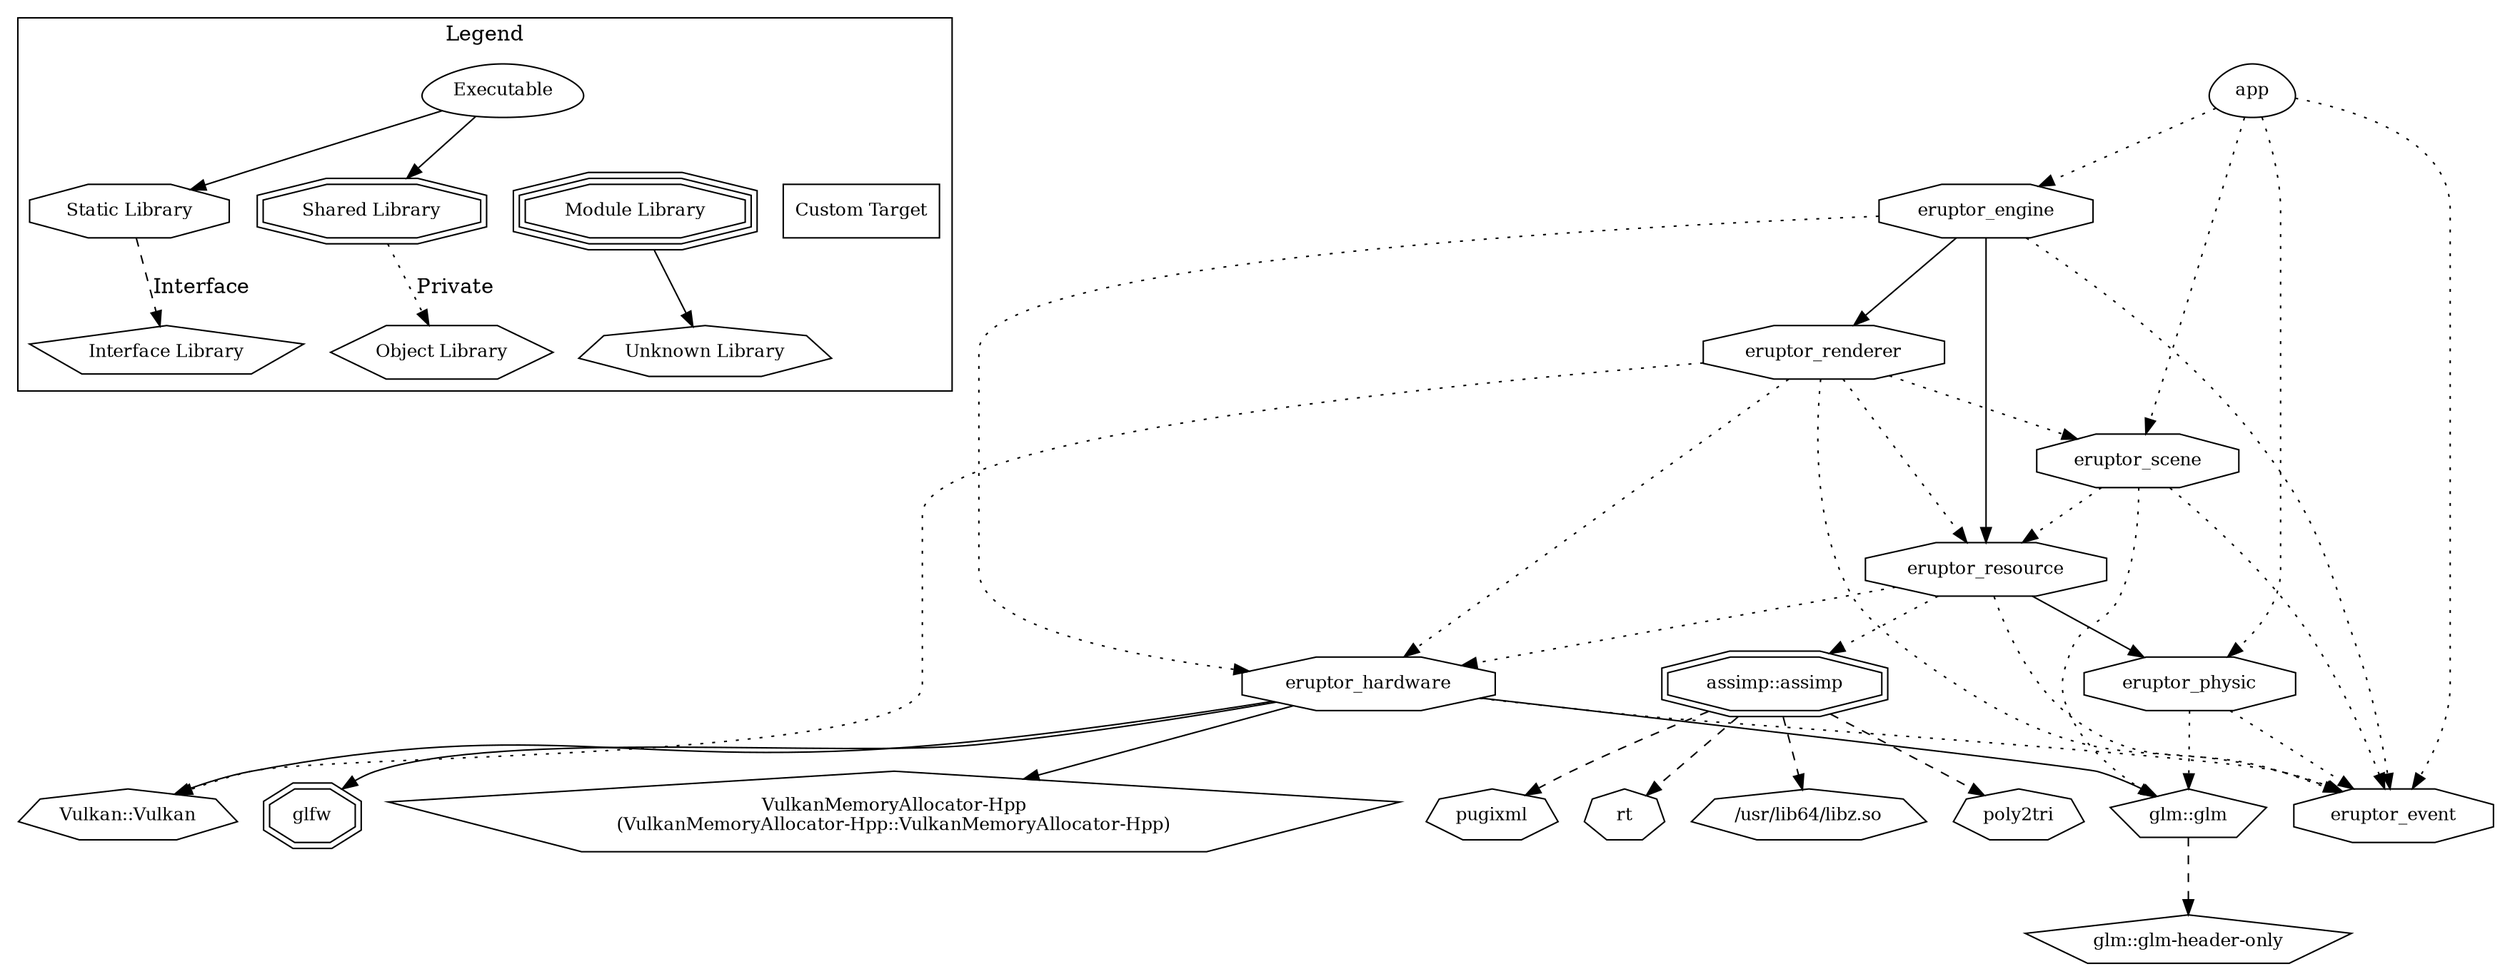
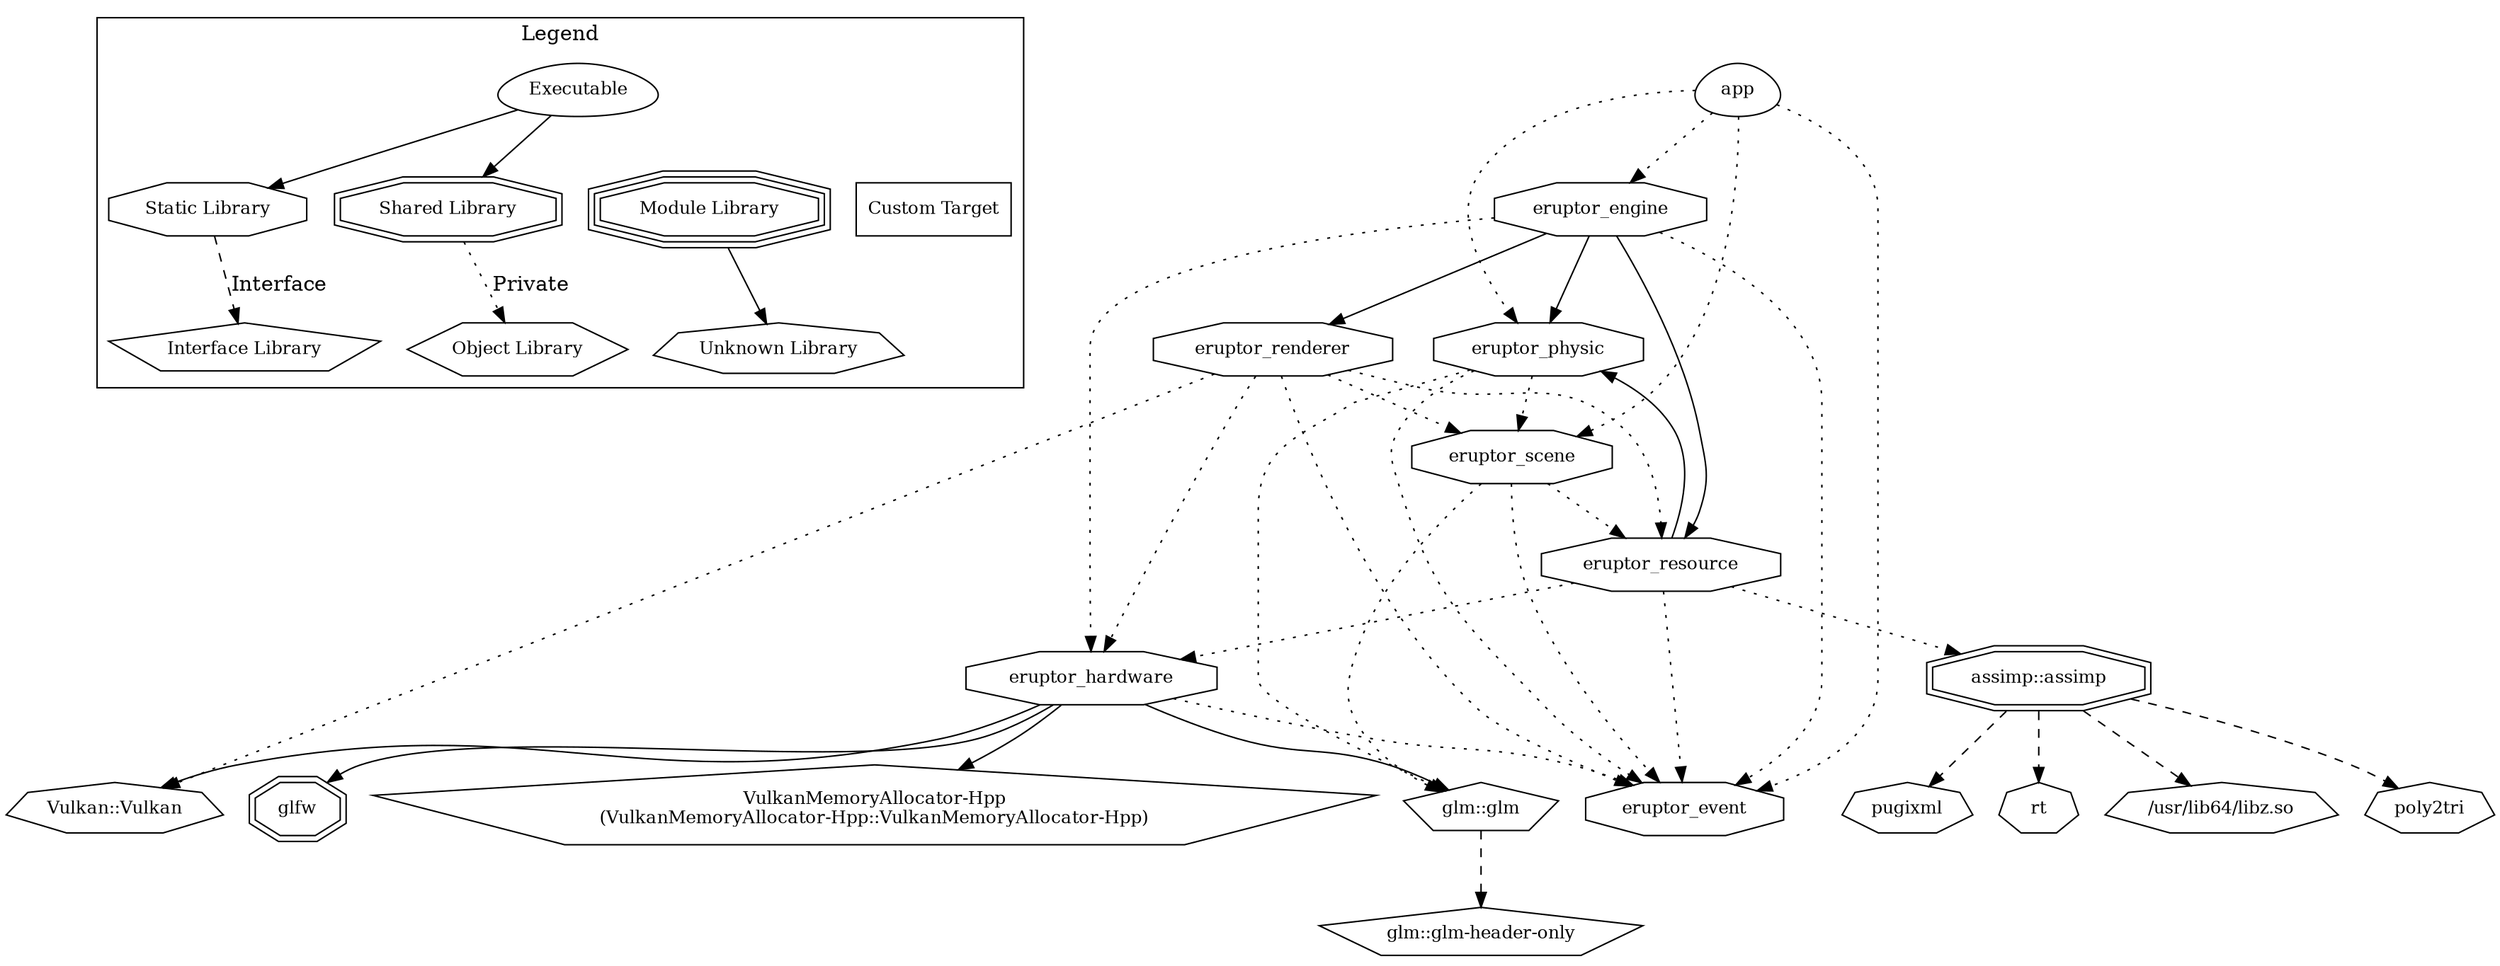
digraph "ovum" {
node [
  fontsize = "12"
];
subgraph clusterLegend {
  label = "Legend";
  color = black;
  edge [ style = invis ];
  legendNode0 [ label = "Executable", shape = egg ];
  legendNode1 [ label = "Static Library", shape = octagon ];
  legendNode2 [ label = "Shared Library", shape = doubleoctagon ];
  legendNode3 [ label = "Module Library", shape = tripleoctagon ];
  legendNode4 [ label = "Interface Library", shape = pentagon ];
  legendNode5 [ label = "Object Library", shape = hexagon ];
  legendNode6 [ label = "Unknown Library", shape = septagon ];
  legendNode7 [ label = "Custom Target", shape = box ];
  legendNode0 -> legendNode1 [ style = solid ];
  legendNode0 -> legendNode2 [ style = solid ];
  legendNode0 -> legendNode3;
  legendNode1 -> legendNode4 [ label = "Interface", style = dashed ];
  legendNode2 -> legendNode5 [ label = "Private", style = dotted ];
  legendNode3 -> legendNode6 [ style = solid ];
  legendNode0 -> legendNode7;
}
    "node0" [ label = "VulkanMemoryAllocator-Hpp\n(VulkanMemoryAllocator-Hpp::VulkanMemoryAllocator-Hpp)", shape = pentagon ];
    "node1" [ label = "app", shape = egg ];
    "node2" [ label = "eruptor_engine", shape = octagon ];
    "node3" [ label = "eruptor_event", shape = octagon ];
    "node2" -> "node3" [ style = dotted ] // eruptor_engine -> eruptor_event
    "node4" [ label = "eruptor_hardware", shape = octagon ];
    "node5" [ label = "Vulkan::Vulkan", shape = septagon ];
    "node4" -> "node5"  // eruptor_hardware -> Vulkan::Vulkan
    "node4" -> "node0"  // eruptor_hardware -> VulkanMemoryAllocator-Hpp
    "node4" -> "node3" [ style = dotted ] // eruptor_hardware -> eruptor_event
    "node6" [ label = "glfw", shape = doubleoctagon ];
    "node4" -> "node6"  // eruptor_hardware -> glfw
    "node7" [ label = "glm::glm", shape = pentagon ];
    "node8" [ label = "glm::glm-header-only", shape = pentagon ];
    "node7" -> "node8" [ style = dashed ] // glm::glm -> glm::glm-header-only
    "node4" -> "node7"  // eruptor_hardware -> glm::glm
    "node2" -> "node4" [ style = dotted ] // eruptor_engine -> eruptor_hardware
-     "node9" [ label = "eruptor_renderer", shape = octagon ];
-     "node9" -> "node5" [ style = dotted ] // eruptor_renderer -> Vulkan::Vulkan
-     "node9" -> "node3" [ style = dotted ] // eruptor_renderer -> eruptor_event
-     "node9" -> "node4" [ style = dotted ] // eruptor_renderer -> eruptor_hardware
-     "node10" [ label = "eruptor_resource", shape = octagon ];
-     "node11" [ label = "assimp::assimp", shape = doubleoctagon ];
-     "node12" [ label = "/usr/lib64/libz.so", shape = septagon ];
-     "node11" -> "node12" [ style = dashed ] // assimp::assimp -> /usr/lib64/libz.so
-     "node13" [ label = "poly2tri", shape = septagon ];
-     "node11" -> "node13" [ style = dashed ] // assimp::assimp -> poly2tri
-     "node14" [ label = "pugixml", shape = septagon ];
-     "node11" -> "node14" [ style = dashed ] // assimp::assimp -> pugixml
-     "node15" [ label = "rt", shape = septagon ];
-     "node11" -> "node15" [ style = dashed ] // assimp::assimp -> rt
-     "node10" -> "node11" [ style = dotted ] // eruptor_resource -> assimp::assimp
-     "node10" -> "node3" [ style = dotted ] // eruptor_resource -> eruptor_event
-     "node10" -> "node4" [ style = dotted ] // eruptor_resource -> eruptor_hardware
-     "node16" [ label = "eruptor_physic", shape = octagon ];
-     "node16" -> "node3" [ style = dotted ] // eruptor_physic -> eruptor_event
-     "node16" -> "node7" [ style = dotted ] // eruptor_physic -> glm::glm
-     "node10" -> "node16"  // eruptor_resource -> eruptor_physic
-     "node9" -> "node10" [ style = dotted ] // eruptor_renderer -> eruptor_resource
-     "node17" [ label = "eruptor_scene", shape = octagon ];
-     "node17" -> "node3" [ style = dotted ] // eruptor_scene -> eruptor_event
-     "node17" -> "node10" [ style = dotted ] // eruptor_scene -> eruptor_resource
-     "node17" -> "node7" [ style = dotted ] // eruptor_scene -> glm::glm
-     "node9" -> "node17" [ style = dotted ] // eruptor_renderer -> eruptor_scene
-     "node2" -> "node9"  // eruptor_engine -> eruptor_renderer
-     "node2" -> "node10"  // eruptor_engine -> eruptor_resource
+     "node9" [ label = "eruptor_physic", shape = octagon ];
+     "node9" -> "node3" [ style = dotted ] // eruptor_physic -> eruptor_event
+     "node10" [ label = "eruptor_scene", shape = octagon ];
+     "node10" -> "node3" [ style = dotted ] // eruptor_scene -> eruptor_event
+     "node11" [ label = "eruptor_resource", shape = octagon ];
+     "node12" [ label = "assimp::assimp", shape = doubleoctagon ];
+     "node13" [ label = "/usr/lib64/libz.so", shape = septagon ];
+     "node12" -> "node13" [ style = dashed ] // assimp::assimp -> /usr/lib64/libz.so
+     "node14" [ label = "poly2tri", shape = septagon ];
+     "node12" -> "node14" [ style = dashed ] // assimp::assimp -> poly2tri
+     "node15" [ label = "pugixml", shape = septagon ];
+     "node12" -> "node15" [ style = dashed ] // assimp::assimp -> pugixml
+     "node16" [ label = "rt", shape = septagon ];
+     "node12" -> "node16" [ style = dashed ] // assimp::assimp -> rt
+     "node11" -> "node12" [ style = dotted ] // eruptor_resource -> assimp::assimp
+     "node11" -> "node3" [ style = dotted ] // eruptor_resource -> eruptor_event
+     "node11" -> "node4" [ style = dotted ] // eruptor_resource -> eruptor_hardware
+     "node11" -> "node9"  // eruptor_resource -> eruptor_physic
+     "node9" -> "node10" [ style = dotted ] // eruptor_physic -> eruptor_scene
+     "node10" -> "node11" [ style = dotted ] // eruptor_scene -> eruptor_resource
+     "node10" -> "node7" [ style = dotted ] // eruptor_scene -> glm::glm
+     "node9" -> "node7" [ style = dotted ] // eruptor_physic -> glm::glm
+     "node2" -> "node9"  // eruptor_engine -> eruptor_physic
+     "node17" [ label = "eruptor_renderer", shape = octagon ];
+     "node17" -> "node5" [ style = dotted ] // eruptor_renderer -> Vulkan::Vulkan
+     "node17" -> "node3" [ style = dotted ] // eruptor_renderer -> eruptor_event
+     "node17" -> "node4" [ style = dotted ] // eruptor_renderer -> eruptor_hardware
+     "node17" -> "node11" [ style = dotted ] // eruptor_renderer -> eruptor_resource
+     "node17" -> "node10" [ style = dotted ] // eruptor_renderer -> eruptor_scene
+     "node2" -> "node17"  // eruptor_engine -> eruptor_renderer
+     "node2" -> "node11"  // eruptor_engine -> eruptor_resource
    "node1" -> "node2" [ style = dotted ] // app -> eruptor_engine
    "node1" -> "node3" [ style = dotted ] // app -> eruptor_event
-     "node1" -> "node16" [ style = dotted ] // app -> eruptor_physic
-     "node1" -> "node17" [ style = dotted ] // app -> eruptor_scene
+     "node1" -> "node9" [ style = dotted ] // app -> eruptor_physic
+     "node1" -> "node10" [ style = dotted ] // app -> eruptor_scene
}
